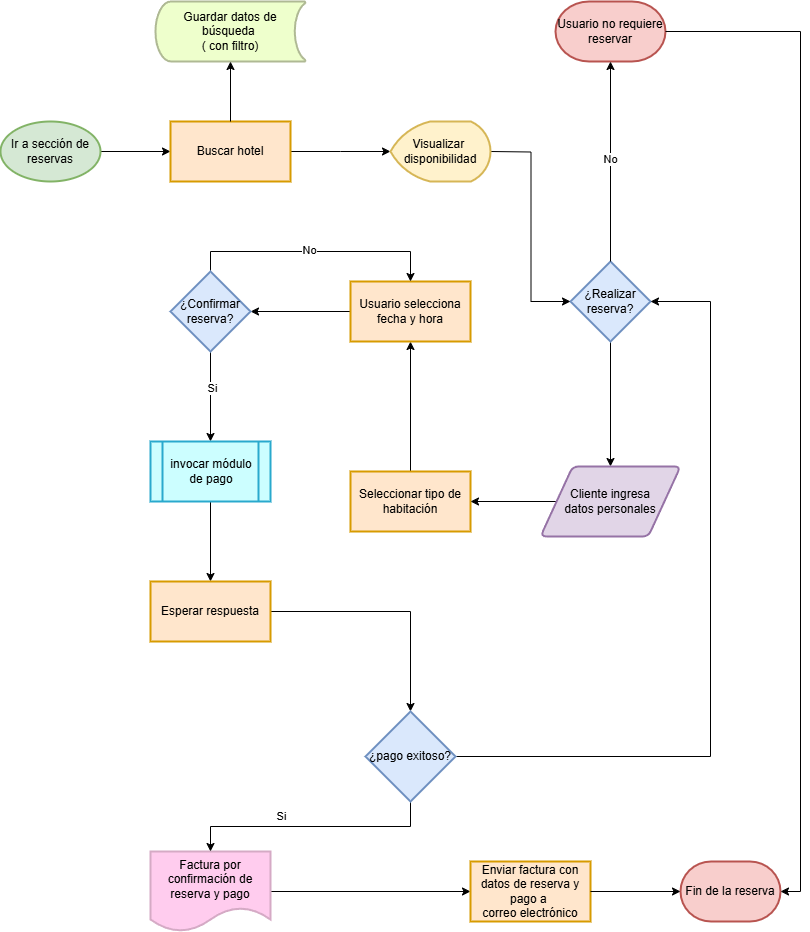
Before: Flujograma de reserva de habitación.png, a diagram exported from draw.io (DjGuetta/App-Hotel-Management). Source tidied: cells renumbered, new cells last; positions are measured from the earlier drawing's top-left corner, leaving out a move shared by most shapes.
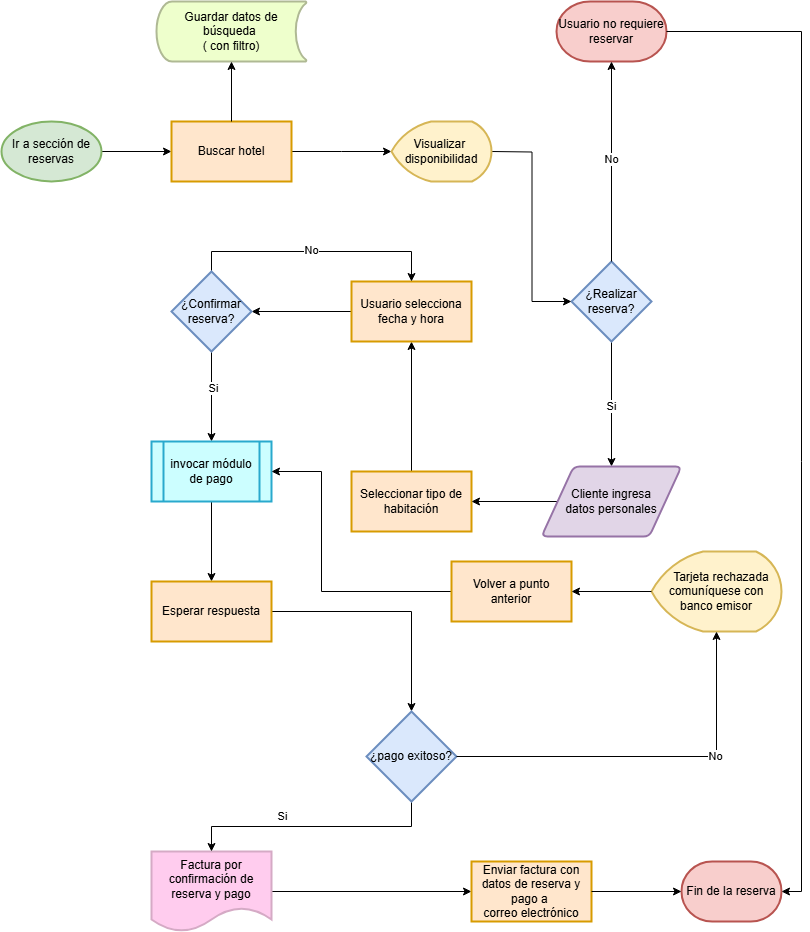
After the commit.

Commit message:
Corrección de errores cuando tarjeta es rechazada

Diff of the diagram source:
```diff
@@ -19,6 +19,9 @@
     <mxCell id="6" style="edgeStyle=orthogonalEdgeStyle;rounded=0;jettySize=auto;html=1;exitX=0.5;exitY=1;exitDx=0;exitDy=0;entryX=0.5;entryY=0;entryDx=0;entryDy=0;" parent="1" edge="1" source="7" target="39">
       <mxGeometry relative="1" as="geometry" />
     </mxCell>
+    <mxCell id="40" value="Si" style="edgeLabel;html=1;align=center;verticalAlign=middle;" parent="6" vertex="1">
+      <mxGeometry x="0.02" y="-1" relative="1" as="geometry" />
+    </mxCell>
     <mxCell id="7" value="¿Realizar reserva?" style="rhombus;whiteSpace=wrap;html=1;strokeWidth=2;fillColor=#dae8fc;strokeColor=#6c8ebf;" parent="1" vertex="1">
       <mxGeometry x="570" y="260" width="80" height="80" as="geometry" />
     </mxCell>
@@ -96,7 +99,11 @@
       <mxGeometry relative="1" as="geometry" />
     </mxCell>
     <mxCell id="30" style="edgeStyle=orthogonalEdgeStyle;rounded=0;jettySize=auto;html=1;" parent="1" edge="1" source="31" target="35">
-      <mxGeometry relative="1" as="geometry" />
+      <mxGeometry relative="1" as="geometry">
+        <Array as="points">
+          <mxPoint x="410" y="610" />
+        </Array>
+      </mxGeometry>
     </mxCell>
     <mxCell id="31" value="Esperar respuesta" style="whiteSpace=wrap;html=1;fillColor=#ffe6cc;strokeColor=#d79b00;strokeWidth=2;" parent="1" vertex="1">
       <mxGeometry x="150" y="580" width="120" height="60" as="geometry" />
@@ -109,14 +116,6 @@
         <mxPoint y="-9" as="offset" />
       </mxGeometry>
     </mxCell>
-    <mxCell id="34" style="edgeStyle=orthogonalEdgeStyle;rounded=0;jettySize=auto;html=1;exitX=1;exitY=0.5;exitDx=0;exitDy=0;entryX=1;entryY=0.5;entryDx=0;entryDy=0;" parent="1" edge="1" source="35" target="7">
-      <mxGeometry relative="1" as="geometry">
-        <Array as="points">
-          <mxPoint x="710" y="755" />
-          <mxPoint x="710" y="300" />
-        </Array>
-      </mxGeometry>
-    </mxCell>
     <mxCell id="35" value="¿pago exitoso?" style="rhombus;whiteSpace=wrap;html=1;fillColor=#dae8fc;strokeColor=#6c8ebf;strokeWidth=2;" parent="1" vertex="1">
       <mxGeometry x="365" y="710" width="90" height="90" as="geometry" />
     </mxCell>
@@ -132,5 +131,28 @@
     <mxCell id="39" value="&amp;nbsp;Cliente ingresa&amp;nbsp;&lt;div&gt;datos personales&lt;/div&gt;" style="shape=parallelogram;html=1;strokeWidth=2;perimeter=parallelogramPerimeter;whiteSpace=wrap;rounded=1;arcSize=12;size=0.23;fillColor=#e1d5e7;strokeColor=#9673a6;" parent="1" vertex="1">
       <mxGeometry x="540" y="465" width="140" height="70" as="geometry" />
     </mxCell>
+    <mxCell id="41" value="&amp;nbsp; &amp;nbsp;Tarjeta rechazada&lt;div&gt;comuníquese&amp;nbsp;&lt;span style=&quot;background-color: transparent; color: light-dark(rgb(0, 0, 0), rgb(255, 255, 255));&quot;&gt;con banco emisor&lt;/span&gt;&lt;/div&gt;" style="strokeWidth=2;html=1;shape=mxgraph.flowchart.display;whiteSpace=wrap;fillColor=#fff2cc;strokeColor=#d6b656;" parent="1" vertex="1">
+      <mxGeometry x="650" y="550" width="130" height="80" as="geometry" />
+    </mxCell>
+    <mxCell id="42" style="edgeStyle=orthogonalEdgeStyle;rounded=0;jettySize=auto;html=1;exitX=1;exitY=0.5;exitDx=0;exitDy=0;entryX=0.5;entryY=1;entryDx=0;entryDy=0;entryPerimeter=0;" parent="1" edge="1" source="35" target="41">
+      <mxGeometry relative="1" as="geometry" />
+    </mxCell>
+    <mxCell id="43" value="No" style="edgeLabel;html=1;align=center;verticalAlign=middle;" parent="42" vertex="1">
+      <mxGeometry x="0.34" y="1" relative="1" as="geometry" />
+    </mxCell>
+    <mxCell id="44" style="edgeStyle=orthogonalEdgeStyle;rounded=0;jettySize=auto;html=1;exitX=0;exitY=0.5;exitDx=0;exitDy=0;entryX=1;entryY=0.5;entryDx=0;entryDy=0;" parent="1" edge="1" source="45" target="22">
+      <mxGeometry relative="1" as="geometry">
+        <Array as="points">
+          <mxPoint x="320" y="590" />
+          <mxPoint x="320" y="470" />
+        </Array>
+      </mxGeometry>
+    </mxCell>
+    <mxCell id="45" value="Volver a punto anterior" style="whiteSpace=wrap;html=1;strokeWidth=2;fillColor=#ffe6cc;strokeColor=#d79b00;" parent="1" vertex="1">
+      <mxGeometry x="450" y="560" width="120" height="60" as="geometry" />
+    </mxCell>
+    <mxCell id="46" style="edgeStyle=orthogonalEdgeStyle;rounded=0;jettySize=auto;html=1;exitX=0;exitY=0.5;exitDx=0;exitDy=0;exitPerimeter=0;entryX=1;entryY=0.5;entryDx=0;entryDy=0;" parent="1" edge="1" source="41" target="45">
+      <mxGeometry relative="1" as="geometry" />
+    </mxCell>
   </root>
 </mxGraphModel>
```
